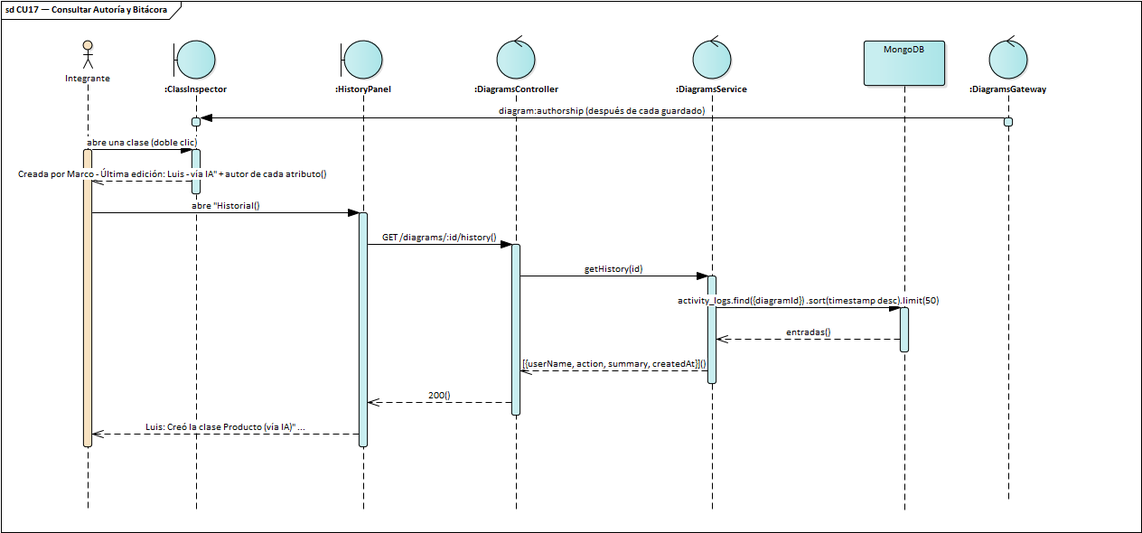
Above: docs/diagrams/ea/img/seq_cu17.png in luisfernandoAngulo28/generador_diagrama_clases_uml (PlantUML), before the change. Its source is kept beside it as docs/diagrams/2do_parcial/pud/seq_cu17.plantuml. The source it was exported from:
```plantuml
@startuml seq_cu17
!include _seq.iuml
title CU17 — Consultar Autoría y Bitácora\n<size:11>Diagrama de Secuencia · UML 2.5.1</size>
actor Integrante as A
boundary ":ClassInspector" as I
boundary ":HistoryPanel" as H
control ":DiagramsController" as C
control ":DiagramsService" as S
database "MongoDB" as DB
control ":DiagramsGateway" as G
G -> I : diagram:authorship (después de cada guardado)
A -> I : abre una clase (doble clic)
I --> A : "Creada por Marco · Última edición: Luis · vía IA"\n+ autor de cada atributo
A -> H : abre "Historial"
H -> C : GET /diagrams/:id/history
C -> S : getHistory(id)
S -> DB : activity_logs.find({diagramId})\n.sort(timestamp desc).limit(50)
DB --> S : entradas
S --> C : [{userName, action, summary, createdAt}]
C --> H : 200
H --> A : "Luis: Creó la clase Producto (vía IA)" …
@enduml
```
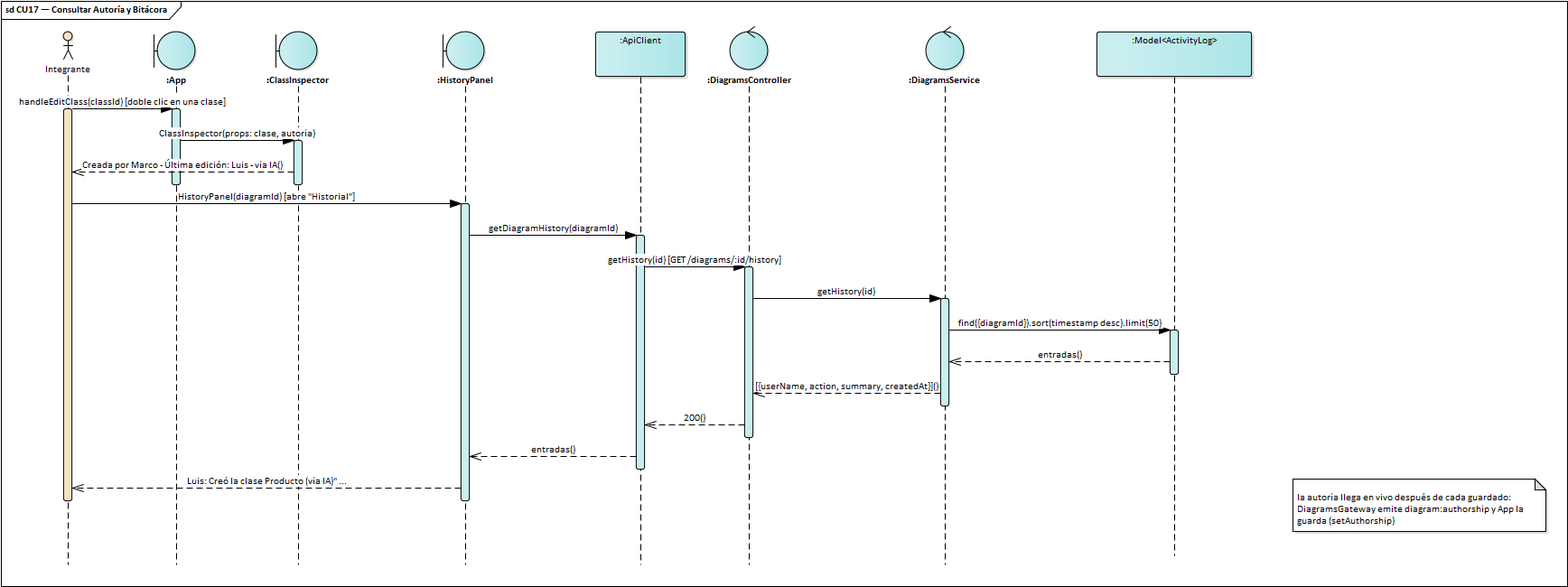
The same diagram one commit later.

Diff of the diagram source:
```diff
@@ -1,22 +1,26 @@
 @startuml seq_cu17
 !include _seq.iuml
-title CU17 — Consultar Autoría y Bitácora\n<size:11>Diagrama de Secuencia · UML 2.5.1</size>
+title CU17 — Consultar Autoría y Bitácora\n<size:11>Diagrama de Secuencia · UML 2.5.1 · cada mensaje es una operación de la clase que lo recibe</size>
 actor Integrante as A
+boundary ":App" as APP
 boundary ":ClassInspector" as I
 boundary ":HistoryPanel" as H
+participant ":ApiClient" as API
 control ":DiagramsController" as C
 control ":DiagramsService" as S
-database "MongoDB" as DB
-control ":DiagramsGateway" as G
-G -> I : diagram:authorship (después de cada guardado)
-A -> I : abre una clase (doble clic)
-I --> A : "Creada por Marco · Última edición: Luis · vía IA"\n+ autor de cada atributo
-A -> H : abre "Historial"
-H -> C : GET /diagrams/:id/history
+participant ":Model<ActivityLog>" as LOG
+A -> APP : handleEditClass(classId) [doble clic en una clase]
+APP -> I : ClassInspector(props: clase, autoría)
+I --> A : "Creada por Marco · Última edición: Luis · vía IA"
+A -> H : HistoryPanel(diagramId) [abre "Historial"]
+H -> API : getDiagramHistory(diagramId)
+API -> C : getHistory(id) [GET /diagrams/:id/history]
 C -> S : getHistory(id)
-S -> DB : activity_logs.find({diagramId})\n.sort(timestamp desc).limit(50)
-DB --> S : entradas
+S -> LOG : find({diagramId}).sort(timestamp desc).limit(50)
+LOG --> S : entradas
 S --> C : [{userName, action, summary, createdAt}]
-C --> H : 200
+C --> API : 200
+API --> H : entradas
 H --> A : "Luis: Creó la clase Producto (vía IA)" …
+note over APP : la autoría llega en vivo después de cada guardado:\nDiagramsGateway emite diagram:authorship y App la guarda (setAuthorship)
 @enduml
```
